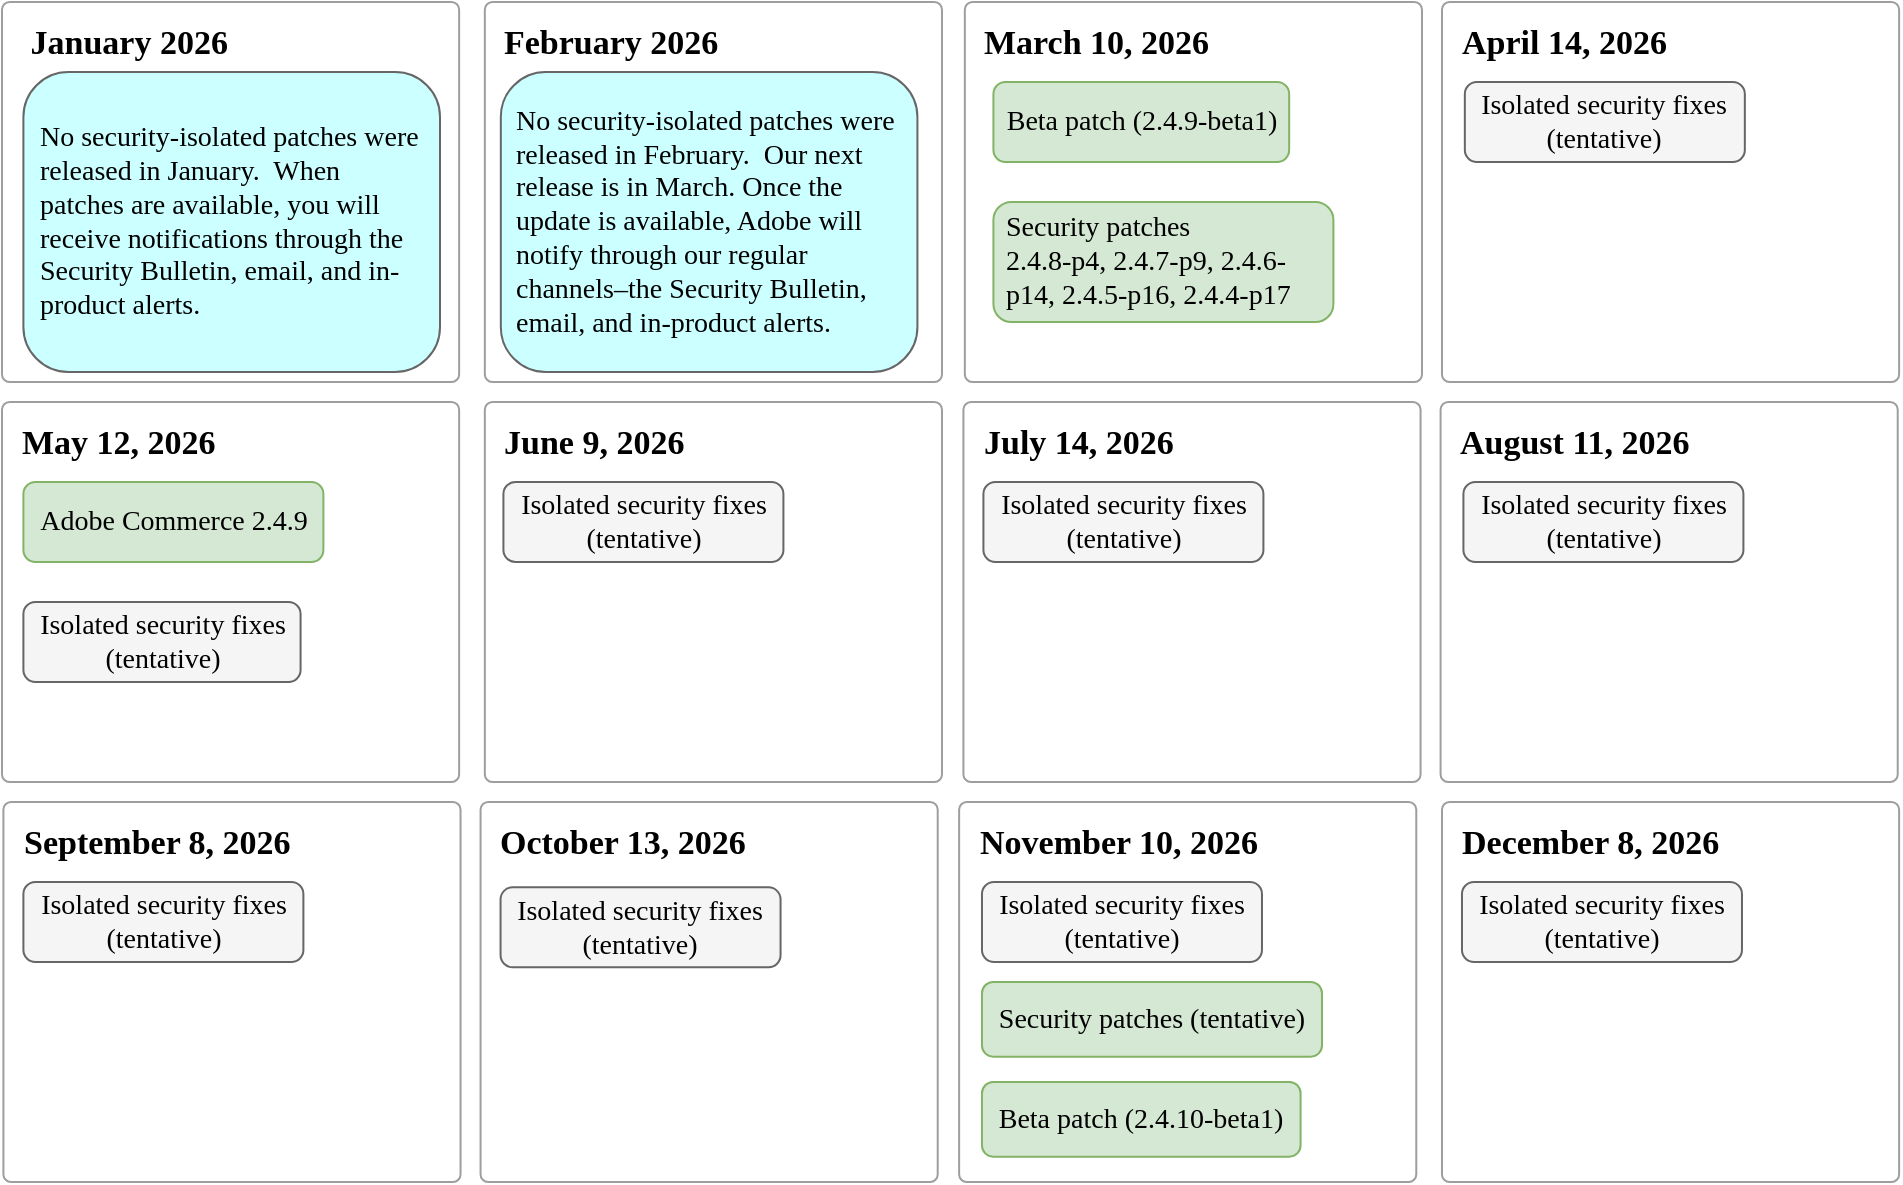
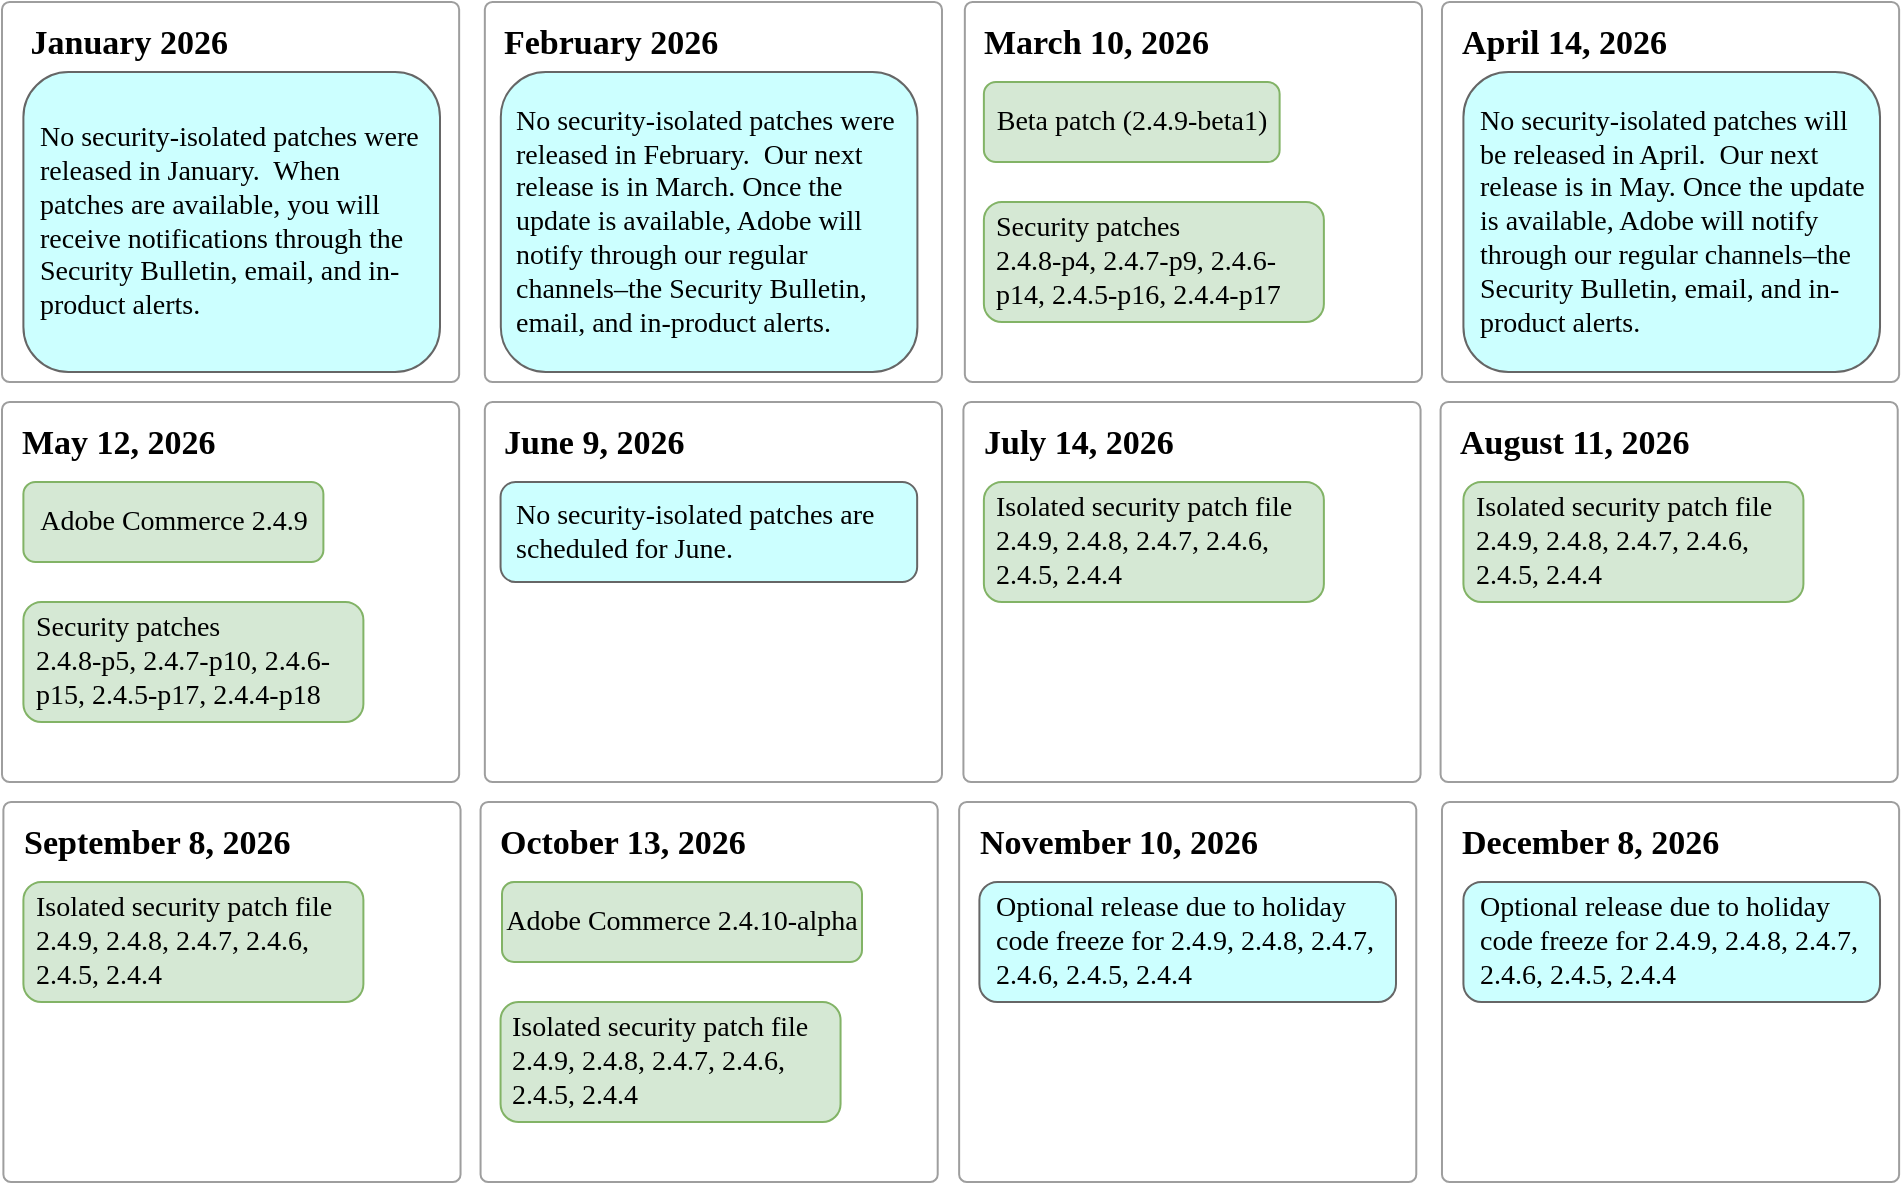
- <mxfile host="app.diagrams.net" agent="Mozilla/5.0 (Macintosh; Intel Mac OS X 10_15_7) AppleWebKit/537.36 (KHTML, like Gecko) Chrome/145.0.0.0 Safari/537.36" version="29.6.1">
+ <mxfile host="app.diagrams.net" agent="Mozilla/5.0 (Macintosh; Intel Mac OS X 10_15_7) AppleWebKit/537.36 (KHTML, like Gecko) Chrome/145.0.0.0 Safari/537.36">
  <diagram name="Page-1" id="KixzvvNvo-jrBnS4_1hr">
-     <mxGraphModel dx="1375" dy="759" grid="1" gridSize="10" guides="1" tooltips="1" connect="1" arrows="1" fold="1" page="1" pageScale="1" pageWidth="850" pageHeight="1100" math="0" shadow="0">
+     <mxGraphModel dx="1418" dy="802" grid="1" gridSize="10" guides="1" tooltips="1" connect="1" arrows="1" fold="1" page="1" pageScale="1" pageWidth="850" pageHeight="1100" math="0" shadow="0">
      <root>
        <mxCell id="0" />
        <mxCell id="1" parent="0" />
        <mxCell id="uMbBWUGbu5ElNzKfa8k4-1" parent="1" style="rounded=1;whiteSpace=wrap;html=1;arcSize=2;fillColor=none;strokeColor=#9E9E9E;movable=1;resizable=1;rotatable=1;deletable=1;editable=1;connectable=1;fontFamily=Adobe Clean;fontSize=17;perimeter=rectanglePerimeter;shadow=0;align=left;spacingTop=-108;spacing=2;spacingLeft=8;fontColor=light-dark(default, #915050);" value="&lt;div&gt;&lt;font&gt;&lt;b&gt;March 10, 2026&lt;/b&gt;&lt;/font&gt;&lt;/div&gt;&lt;div&gt;&lt;br&gt;&lt;/div&gt;&lt;div&gt;&lt;br&gt;&lt;/div&gt;" vertex="1">
          <mxGeometry height="190" width="228.57" x="561.4200000000001" y="70" as="geometry" />
        </mxCell>
        <mxCell id="uMbBWUGbu5ElNzKfa8k4-2" parent="1" style="rounded=1;whiteSpace=wrap;html=1;arcSize=2;fillColor=none;strokeColor=#9E9E9E;movable=1;resizable=1;rotatable=1;deletable=1;editable=1;connectable=1;fontFamily=Adobe Clean;fontSize=17;perimeter=rectanglePerimeter;shadow=0;align=left;spacingTop=-108;spacing=2;spacingLeft=8;fontColor=light-dark(default, #915050);" value="&lt;div&gt;&lt;font&gt;&lt;b&gt;May 12, 2026&lt;/b&gt;&lt;/font&gt;&lt;/div&gt;&lt;div&gt;&lt;br&gt;&lt;/div&gt;&lt;div&gt;&lt;br&gt;&lt;/div&gt;" vertex="1">
          <mxGeometry height="190" width="228.57" x="80" y="270" as="geometry" />
        </mxCell>
        <mxCell id="uMbBWUGbu5ElNzKfa8k4-3" parent="1" style="rounded=1;whiteSpace=wrap;html=1;arcSize=2;fillColor=none;strokeColor=#9E9E9E;movable=1;resizable=1;rotatable=1;deletable=1;editable=1;connectable=1;fontFamily=Adobe Clean;fontSize=17;perimeter=rectanglePerimeter;shadow=0;align=left;spacingTop=-108;spacing=2;spacingLeft=8;fontColor=light-dark(default, #915050);" value="&lt;div&gt;&lt;font&gt;&lt;b&gt;June 9, 2026&lt;/b&gt;&lt;/font&gt;&lt;/div&gt;&lt;div&gt;&lt;br&gt;&lt;/div&gt;&lt;div&gt;&lt;br&gt;&lt;/div&gt;" vertex="1">
          <mxGeometry height="190" width="228.57" x="321.4200000000001" y="270" as="geometry" />
        </mxCell>
        <mxCell id="uMbBWUGbu5ElNzKfa8k4-4" parent="1" style="rounded=1;whiteSpace=wrap;html=1;arcSize=2;fillColor=none;strokeColor=#9E9E9E;movable=1;resizable=1;rotatable=1;deletable=1;editable=1;connectable=1;fontFamily=Adobe Clean;fontSize=17;perimeter=rectanglePerimeter;shadow=0;align=left;spacingTop=-108;spacing=2;spacingLeft=8;fontColor=light-dark(default, #915050);" value="&lt;div&gt;&lt;font&gt;&lt;b&gt;July 14, 2026&lt;/b&gt;&lt;/font&gt;&lt;/div&gt;&lt;div&gt;&lt;br&gt;&lt;/div&gt;&lt;div&gt;&lt;br&gt;&lt;/div&gt;" vertex="1">
          <mxGeometry height="190" width="228.57" x="560.71" y="270" as="geometry" />
        </mxCell>
        <mxCell id="uMbBWUGbu5ElNzKfa8k4-5" parent="1" style="rounded=1;whiteSpace=wrap;html=1;arcSize=2;fillColor=none;strokeColor=#9E9E9E;movable=1;resizable=1;rotatable=1;deletable=1;editable=1;connectable=1;fontFamily=Adobe Clean;fontSize=17;perimeter=rectanglePerimeter;shadow=0;align=left;spacingTop=-108;spacing=2;spacingLeft=8;fontColor=light-dark(default, #915050);" value="&lt;div&gt;&lt;font&gt;&lt;b&gt;August 11, 2026&lt;/b&gt;&lt;/font&gt;&lt;/div&gt;&lt;div&gt;&lt;br&gt;&lt;/div&gt;&lt;div&gt;&lt;br&gt;&lt;/div&gt;" vertex="1">
          <mxGeometry height="190" width="228.57" x="799.29" y="270" as="geometry" />
        </mxCell>
        <mxCell id="uMbBWUGbu5ElNzKfa8k4-6" parent="1" style="rounded=1;whiteSpace=wrap;html=1;arcSize=2;fillColor=none;strokeColor=#9E9E9E;movable=1;resizable=1;rotatable=1;deletable=1;editable=1;connectable=1;fontFamily=Adobe Clean;fontSize=17;perimeter=rectanglePerimeter;shadow=0;align=left;spacingTop=-108;spacing=2;spacingLeft=8;fontColor=light-dark(default, #915050);" value="&lt;div&gt;&lt;font&gt;&lt;b&gt;September 8, 2026&lt;/b&gt;&lt;/font&gt;&lt;/div&gt;&lt;div&gt;&lt;br&gt;&lt;/div&gt;&lt;div&gt;&lt;br&gt;&lt;/div&gt;" vertex="1">
          <mxGeometry height="190" width="228.57" x="80.70000000000005" y="470" as="geometry" />
        </mxCell>
        <mxCell id="uMbBWUGbu5ElNzKfa8k4-7" parent="1" style="rounded=1;whiteSpace=wrap;html=1;arcSize=2;fillColor=none;strokeColor=#9E9E9E;movable=1;resizable=1;rotatable=1;deletable=1;editable=1;connectable=1;fontFamily=Adobe Clean;fontSize=17;perimeter=rectanglePerimeter;shadow=0;align=left;spacingTop=-108;spacing=2;spacingLeft=8;fontColor=light-dark(default, #915050);" value="&lt;div&gt;&lt;font&gt;&lt;b&gt;November 10, 2026&lt;/b&gt;&lt;/font&gt;&lt;/div&gt;&lt;div&gt;&lt;br&gt;&lt;/div&gt;&lt;div&gt;&lt;br&gt;&lt;/div&gt;" vertex="1">
          <mxGeometry height="190" width="228.57" x="558.5699999999999" y="470" as="geometry" />
        </mxCell>
        <mxCell id="uMbBWUGbu5ElNzKfa8k4-8" parent="1" style="rounded=1;whiteSpace=wrap;html=1;arcSize=2;fillColor=none;strokeColor=#9E9E9E;movable=1;resizable=1;rotatable=1;deletable=1;editable=1;connectable=1;fontFamily=Adobe Clean;fontSize=17;perimeter=rectanglePerimeter;shadow=0;align=left;spacingTop=-108;spacing=2;spacingLeft=8;fontColor=light-dark(default, #915050);" value="&lt;div&gt;&lt;font&gt;&lt;b&gt;December 8, 2026&lt;/b&gt;&lt;/font&gt;&lt;/div&gt;&lt;div&gt;&lt;br&gt;&lt;/div&gt;&lt;div&gt;&lt;br&gt;&lt;/div&gt;" vertex="1">
          <mxGeometry height="190" width="228.57" x="799.99" y="470" as="geometry" />
        </mxCell>
        <mxCell id="uMbBWUGbu5ElNzKfa8k4-9" parent="1" style="rounded=1;whiteSpace=wrap;html=1;arcSize=2;fillColor=none;strokeColor=#9E9E9E;movable=1;resizable=1;rotatable=1;deletable=1;editable=1;connectable=1;fontFamily=Adobe Clean;fontSize=17;perimeter=rectanglePerimeter;shadow=0;align=left;spacingTop=-108;spacing=2;spacingLeft=8;fontColor=light-dark(default, #915050);" value="&lt;div&gt;&lt;font&gt;&lt;b&gt;February 2026&lt;/b&gt;&lt;/font&gt;&lt;/div&gt;&lt;div&gt;&lt;br&gt;&lt;/div&gt;&lt;div&gt;&lt;br&gt;&lt;/div&gt;" vertex="1">
          <mxGeometry height="190" width="228.57" x="321.4200000000001" y="70" as="geometry" />
        </mxCell>
        <mxCell id="uMbBWUGbu5ElNzKfa8k4-10" parent="1" style="rounded=1;whiteSpace=wrap;html=1;arcSize=2;fillColor=none;strokeColor=#9E9E9E;movable=1;resizable=1;rotatable=1;deletable=1;editable=1;connectable=1;fontFamily=Adobe Clean;fontSize=17;perimeter=rectanglePerimeter;shadow=0;align=left;spacingTop=-108;spacing=2;spacingLeft=8;fontColor=light-dark(default, #915050);" value="&lt;div&gt;&lt;font&gt;&lt;b&gt;April 14, 2026&lt;/b&gt;&lt;/font&gt;&lt;/div&gt;&lt;div&gt;&lt;br&gt;&lt;/div&gt;&lt;div&gt;&lt;br&gt;&lt;/div&gt;" vertex="1">
          <mxGeometry height="190" width="228.57" x="799.99" y="70" as="geometry" />
        </mxCell>
        <mxCell id="uMbBWUGbu5ElNzKfa8k4-13" parent="1" style="rounded=1;whiteSpace=wrap;html=1;fillColor=#d5e8d4;strokeColor=#82b366;fontFamily=Adobe Clean;fontSize=14;fontColor=light-dark(default, #915050);" value="Adobe Commerce 2.4.9" vertex="1">
          <mxGeometry height="40" width="150" x="90.70000000000006" y="310" as="geometry" />
        </mxCell>
        <mxCell id="uMbBWUGbu5ElNzKfa8k4-14" parent="1" style="rounded=1;whiteSpace=wrap;html=1;fillColor=#d5e8d4;strokeColor=#82b366;fontFamily=Adobe Clean;fontSize=14;" value="Beta patch (2.4.9-beta1)" vertex="1">
-           <mxGeometry height="40" width="147.87" x="575.71" y="110" as="geometry" />
+           <mxGeometry height="40" width="147.87" x="570.94" y="110" as="geometry" />
        </mxCell>
        <mxCell id="uMbBWUGbu5ElNzKfa8k4-15" parent="1" style="rounded=1;whiteSpace=wrap;html=1;arcSize=2;fillColor=none;strokeColor=#9E9E9E;movable=1;resizable=1;rotatable=1;deletable=1;editable=1;connectable=1;fontFamily=Adobe Clean;fontSize=17;perimeter=rectanglePerimeter;shadow=0;align=left;spacingTop=-108;spacing=2;spacingLeft=8;fontColor=light-dark(default, #915050);" value="&lt;div&gt;&lt;font&gt;&lt;b&gt;October 13, 2026&lt;/b&gt;&lt;/font&gt;&lt;/div&gt;&lt;div&gt;&lt;br&gt;&lt;/div&gt;&lt;div&gt;&lt;br&gt;&lt;/div&gt;" vertex="1">
          <mxGeometry height="190" width="228.57" x="319.28" y="470" as="geometry" />
-         </mxCell>
-         <mxCell id="uMbBWUGbu5ElNzKfa8k4-16" parent="1" style="rounded=1;whiteSpace=wrap;html=1;fillColor=#d5e8d4;strokeColor=#82b366;fontFamily=Adobe Clean;fontSize=14;" value="Security patches (tentative)" vertex="1">
-           <mxGeometry height="37.33" width="170" x="569.99" y="560" as="geometry" />
-         </mxCell>
-         <mxCell id="uMbBWUGbu5ElNzKfa8k4-17" parent="1" style="rounded=1;whiteSpace=wrap;html=1;fillColor=#d5e8d4;strokeColor=#82b366;fontFamily=Adobe Clean;fontSize=14;" value="Beta patch (2.4.10-beta1)" vertex="1">
-           <mxGeometry height="37.33" width="159.3" x="569.99" y="610" as="geometry" />
-         </mxCell>
-         <mxCell id="uMbBWUGbu5ElNzKfa8k4-18" parent="1" style="rounded=1;whiteSpace=wrap;html=1;fillColor=#f5f5f5;strokeColor=#666666;fontFamily=Adobe Clean;fontSize=14;fontColor=light-dark(default, #915050);" value="Isolated security fixes&lt;div&gt;(tentative)&lt;/div&gt;" vertex="1">
-           <mxGeometry height="40" width="138.59" x="90.7" y="370" as="geometry" />
-         </mxCell>
-         <mxCell id="uMbBWUGbu5ElNzKfa8k4-20" parent="1" style="rounded=1;whiteSpace=wrap;html=1;fillColor=#f5f5f5;strokeColor=#666666;fontFamily=Adobe Clean;fontSize=14;fontColor=light-dark(default, #915050);" value="Isolated security fixes&lt;div&gt;(tentative)&lt;/div&gt;" vertex="1">
-           <mxGeometry height="40" width="140" x="811.4200000000001" y="110" as="geometry" />
-         </mxCell>
-         <mxCell id="uMbBWUGbu5ElNzKfa8k4-21" parent="1" style="rounded=1;whiteSpace=wrap;html=1;fillColor=#f5f5f5;strokeColor=#666666;fontFamily=Adobe Clean;fontSize=14;fontColor=light-dark(default, #915050);" value="Isolated security fixes&lt;div&gt;(tentative)&lt;/div&gt;" vertex="1">
-           <mxGeometry height="40" width="140" x="330.71000000000004" y="310" as="geometry" />
-         </mxCell>
-         <mxCell id="uMbBWUGbu5ElNzKfa8k4-22" parent="1" style="rounded=1;whiteSpace=wrap;html=1;fillColor=#f5f5f5;strokeColor=#666666;fontFamily=Adobe Clean;fontSize=14;fontColor=light-dark(default, #915050);" value="Isolated security fixes&lt;div&gt;(tentative)&lt;/div&gt;" vertex="1">
-           <mxGeometry height="40" width="140" x="570.71" y="310" as="geometry" />
-         </mxCell>
-         <mxCell id="uMbBWUGbu5ElNzKfa8k4-23" parent="1" style="rounded=1;whiteSpace=wrap;html=1;fillColor=#f5f5f5;strokeColor=#666666;fontFamily=Adobe Clean;fontSize=14;fontColor=light-dark(default, #915050);" value="Isolated security fixes&lt;div&gt;(tentative)&lt;/div&gt;" vertex="1">
-           <mxGeometry height="40" width="140" x="810.71" y="310" as="geometry" />
-         </mxCell>
-         <mxCell id="uMbBWUGbu5ElNzKfa8k4-24" parent="1" style="rounded=1;whiteSpace=wrap;html=1;fillColor=#f5f5f5;strokeColor=#666666;fontFamily=Adobe Clean;fontSize=14;fontColor=light-dark(default, #915050);" value="Isolated security fixes&lt;div&gt;(tentative)&lt;/div&gt;" vertex="1">
-           <mxGeometry height="40" width="140" x="90.70000000000005" y="510" as="geometry" />
-         </mxCell>
-         <mxCell id="uMbBWUGbu5ElNzKfa8k4-25" parent="1" style="rounded=1;whiteSpace=wrap;html=1;fillColor=#f5f5f5;strokeColor=#666666;fontFamily=Adobe Clean;fontSize=14;fontColor=light-dark(default, #915050);" value="Isolated security fixes&lt;div&gt;(tentative)&lt;/div&gt;" vertex="1">
-           <mxGeometry height="40" width="140" x="569.99" y="510" as="geometry" />
-         </mxCell>
-         <mxCell id="uMbBWUGbu5ElNzKfa8k4-26" parent="1" style="rounded=1;whiteSpace=wrap;html=1;fillColor=#f5f5f5;strokeColor=#666666;fontFamily=Adobe Clean;fontSize=14;fontColor=light-dark(default, #915050);" value="Isolated security fixes&lt;div&gt;(tentative)&lt;/div&gt;" vertex="1">
-           <mxGeometry height="40" width="140" x="809.99" y="510" as="geometry" />
-         </mxCell>
-         <mxCell id="uMbBWUGbu5ElNzKfa8k4-27" parent="1" style="rounded=1;whiteSpace=wrap;html=1;fillColor=#f5f5f5;strokeColor=#666666;fontFamily=Adobe Clean;fontSize=14;fontColor=light-dark(default, #915050);" value="Isolated security fixes&lt;div&gt;(tentative)&lt;/div&gt;" vertex="1">
-           <mxGeometry height="40" width="140" x="329.28" y="512.6700000000001" as="geometry" />
        </mxCell>
        <mxCell id="uMbBWUGbu5ElNzKfa8k4-28" parent="1" style="rounded=1;whiteSpace=wrap;html=1;arcSize=2;fillColor=none;strokeColor=#9E9E9E;movable=1;resizable=1;rotatable=1;deletable=1;editable=1;connectable=1;fontFamily=Adobe Clean;fontSize=17;perimeter=rectanglePerimeter;shadow=0;align=left;spacingTop=-108;spacing=2;spacingLeft=8;fontColor=light-dark(default, #915050);" value="&lt;div&gt;&lt;font&gt;&lt;b&gt;&amp;nbsp;January 2026&lt;/b&gt;&lt;/font&gt;&lt;/div&gt;&lt;div&gt;&lt;br&gt;&lt;/div&gt;&lt;div&gt;&lt;br&gt;&lt;/div&gt;" vertex="1">
          <mxGeometry height="190" width="228.57" x="80" y="70" as="geometry" />
        </mxCell>
        <mxCell id="uMbBWUGbu5ElNzKfa8k4-29" parent="1" style="rounded=1;whiteSpace=wrap;html=1;fillColor=#CCFFFF;strokeColor=#666666;fontFamily=Adobe Clean;fontSize=14;fontColor=light-dark(default, #915050);align=left;spacingLeft=6;spacingRight=6;shadow=0;" value="&lt;span style=&quot;white-space-collapse: preserve;&quot;&gt;No security‑isolated patches were released in January.  When patches are available, you will receive notifications through the Security Bulletin, email, and in-product alerts.&lt;/span&gt;" vertex="1">
          <mxGeometry height="150" width="208.3" x="90.69999999999999" y="105" as="geometry" />
        </mxCell>
        <mxCell id="uMbBWUGbu5ElNzKfa8k4-30" parent="1" style="rounded=1;whiteSpace=wrap;html=1;fillColor=#CCFFFF;strokeColor=#666666;fontFamily=Adobe Clean;fontSize=14;fontColor=light-dark(default, #915050);align=left;spacingLeft=6;spacingRight=6;shadow=0;" value="&lt;span style=&quot;white-space-collapse: preserve;&quot;&gt;No security‑isolated patches were released in February.  Our next release is in March. Once the update is available, Adobe will notify through our regular channels–the Security Bulletin, email, and in-product alerts.&lt;/span&gt;" vertex="1">
          <mxGeometry height="150" width="208.3" x="329.40999999999997" y="105" as="geometry" />
        </mxCell>
        <mxCell id="uMbBWUGbu5ElNzKfa8k4-32" parent="1" style="rounded=1;whiteSpace=wrap;html=1;fillColor=#d5e8d4;strokeColor=#82b366;fontFamily=Adobe Clean;fontSize=14;spacingLeft=5;" value="&lt;div style=&quot;text-align: left;&quot;&gt;&lt;span style=&quot;background-color: transparent; color: light-dark(rgb(0, 0, 0), rgb(255, 255, 255));&quot;&gt;Security patches&lt;/span&gt;&lt;/div&gt;&lt;div style=&quot;text-align: left;&quot;&gt;2.4.8-p4, 2.4.7-p9, 2.4.6-p14, 2.4.5-p16, 2.4.4-p17&lt;/div&gt;" vertex="1">
-           <mxGeometry height="60" width="170" x="575.71" y="170" as="geometry" />
+           <mxGeometry height="60" width="170" x="570.94" y="170" as="geometry" />
+         </mxCell>
+         <mxCell id="5oHDcJoFZmQ8rE0xiynO-1" parent="1" style="rounded=1;whiteSpace=wrap;html=1;fillColor=#CCFFFF;strokeColor=#666666;fontFamily=Adobe Clean;fontSize=14;fontColor=light-dark(default, #915050);align=left;spacingLeft=6;spacingRight=6;shadow=0;" value="&lt;span style=&quot;white-space-collapse: preserve;&quot;&gt;No security‑isolated patches will be released in April.&amp;nbsp; Our next release is in May. Once the update is available, Adobe will notify through our regular channels–the Security Bulletin, email, and in-product alerts.&lt;/span&gt;" vertex="1">
+           <mxGeometry height="150" width="208.3" x="810.71" y="105" as="geometry" />
+         </mxCell>
+         <mxCell id="5oHDcJoFZmQ8rE0xiynO-2" parent="1" style="rounded=1;whiteSpace=wrap;html=1;fillColor=#d5e8d4;strokeColor=#82b366;fontFamily=Adobe Clean;fontSize=14;spacingLeft=5;" value="&lt;div style=&quot;text-align: left;&quot;&gt;&lt;span style=&quot;background-color: transparent; color: light-dark(rgb(0, 0, 0), rgb(255, 255, 255));&quot;&gt;Security patches&lt;/span&gt;&lt;/div&gt;&lt;div style=&quot;text-align: left;&quot;&gt;2.4.8-p5, 2.4.7-p10, 2.4.6-p15, 2.4.5-p17, 2.4.4-p18&lt;/div&gt;" vertex="1">
+           <mxGeometry height="60" width="170" x="90.70000000000006" y="370" as="geometry" />
+         </mxCell>
+         <mxCell id="Pg3_-W8pP5uBGaWAPdNL-1" parent="1" style="rounded=1;whiteSpace=wrap;html=1;fillColor=#CCFFFF;strokeColor=#666666;fontFamily=Adobe Clean;fontSize=14;fontColor=light-dark(default, #915050);align=left;spacingLeft=6;spacingRight=6;shadow=0;" value="&lt;span style=&quot;white-space-collapse: preserve;&quot;&gt;No security‑isolated patches are scheduled for June.&lt;/span&gt;" vertex="1">
+           <mxGeometry height="50" width="208.3" x="329.28" y="310" as="geometry" />
+         </mxCell>
+         <mxCell id="Pg3_-W8pP5uBGaWAPdNL-2" parent="1" style="rounded=1;whiteSpace=wrap;html=1;fillColor=#d5e8d4;strokeColor=#82b366;fontFamily=Adobe Clean;fontSize=14;spacingLeft=5;" value="&lt;div style=&quot;text-align: left;&quot;&gt;&lt;span style=&quot;background-color: transparent; color: light-dark(rgb(0, 0, 0), rgb(255, 255, 255));&quot;&gt;Isolated security patch file&lt;/span&gt;&lt;/div&gt;&lt;div style=&quot;text-align: left;&quot;&gt;2.4.9, 2.4.8, 2.4.7, 2.4.6, 2.4.5, 2.4.4&lt;/div&gt;" vertex="1">
+           <mxGeometry height="60" width="170" x="570.94" y="310" as="geometry" />
+         </mxCell>
+         <mxCell id="Pg3_-W8pP5uBGaWAPdNL-3" parent="1" style="rounded=1;whiteSpace=wrap;html=1;fillColor=#d5e8d4;strokeColor=#82b366;fontFamily=Adobe Clean;fontSize=14;spacingLeft=5;" value="&lt;div style=&quot;text-align: left;&quot;&gt;Isolated security patch file&lt;/div&gt;&lt;div style=&quot;text-align: left;&quot;&gt;2.4.9, 2.4.8, 2.4.7, 2.4.6, 2.4.5, 2.4.4&lt;/div&gt;" vertex="1">
+           <mxGeometry height="60" width="170" x="90.7" y="510" as="geometry" />
+         </mxCell>
+         <mxCell id="Pg3_-W8pP5uBGaWAPdNL-4" parent="1" style="rounded=1;whiteSpace=wrap;html=1;fillColor=#d5e8d4;strokeColor=#82b366;fontFamily=Adobe Clean;fontSize=14;fontColor=light-dark(default, #915050);" value="Adobe Commerce 2.4.10-alpha" vertex="1">
+           <mxGeometry height="40" width="180" x="330" y="510" as="geometry" />
+         </mxCell>
+         <mxCell id="Pg3_-W8pP5uBGaWAPdNL-5" parent="1" style="rounded=1;whiteSpace=wrap;html=1;fillColor=#d5e8d4;strokeColor=#82b366;fontFamily=Adobe Clean;fontSize=14;spacingLeft=5;" value="&lt;div style=&quot;text-align: left;&quot;&gt;Isolated security patch file&lt;/div&gt;&lt;div style=&quot;text-align: left;&quot;&gt;&lt;span style=&quot;background-color: transparent; color: light-dark(rgb(0, 0, 0), rgb(255, 255, 255));&quot;&gt;2.4.9, 2.4.8, 2.4.7, 2.4.6, 2.4.5, 2.4.4&lt;/span&gt;&lt;/div&gt;" vertex="1">
+           <mxGeometry height="60" width="170" x="329.28" y="570" as="geometry" />
+         </mxCell>
+         <mxCell id="Pg3_-W8pP5uBGaWAPdNL-6" parent="1" style="rounded=1;whiteSpace=wrap;html=1;fillColor=#d5e8d4;strokeColor=#82b366;fontFamily=Adobe Clean;fontSize=14;spacingLeft=5;" value="&lt;div style=&quot;text-align: left;&quot;&gt;Isolated security patch file&lt;/div&gt;&lt;div style=&quot;text-align: left;&quot;&gt;2.4.9, 2.4.8, 2.4.7, 2.4.6, 2.4.5, 2.4.4&lt;/div&gt;" vertex="1">
+           <mxGeometry height="60" width="170" x="810.71" y="310" as="geometry" />
+         </mxCell>
+         <mxCell id="Pg3_-W8pP5uBGaWAPdNL-8" parent="1" style="rounded=1;whiteSpace=wrap;html=1;fillColor=#CCFFFF;strokeColor=#666666;fontFamily=Adobe Clean;fontSize=14;fontColor=light-dark(default, #915050);align=left;spacingLeft=6;spacingRight=6;shadow=0;" value="&lt;span style=&quot;white-space-collapse: preserve;&quot;&gt;Optional release due to holiday code freeze for &lt;/span&gt;&lt;span style=&quot;color: rgb(0, 0, 0);&quot;&gt;2.4.9, 2.4.8, 2.4.7, 2.4.6, 2.4.5, 2.4.4&lt;/span&gt;" vertex="1">
+           <mxGeometry height="60" width="208.3" x="810.71" y="510" as="geometry" />
+         </mxCell>
+         <mxCell id="swcx3deszJ1JKHiBJEZe-1" parent="1" style="rounded=1;whiteSpace=wrap;html=1;fillColor=#CCFFFF;strokeColor=#666666;fontFamily=Adobe Clean;fontSize=14;fontColor=light-dark(default, #915050);align=left;spacingLeft=6;spacingRight=6;shadow=0;" value="&lt;span style=&quot;white-space-collapse: preserve;&quot;&gt;Optional release due to holiday code freeze for &lt;/span&gt;&lt;span style=&quot;color: rgb(0, 0, 0);&quot;&gt;2.4.9, 2.4.8, 2.4.7, 2.4.6, 2.4.5, 2.4.4&lt;/span&gt;" vertex="1">
+           <mxGeometry height="60" width="208.3" x="568.7" y="510" as="geometry" />
        </mxCell>
      </root>
    </mxGraphModel>
  </diagram>
</mxfile>
